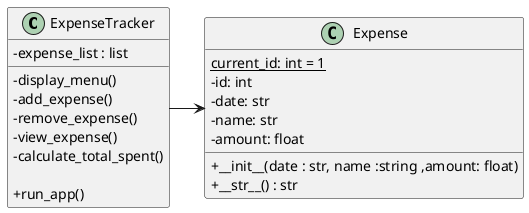
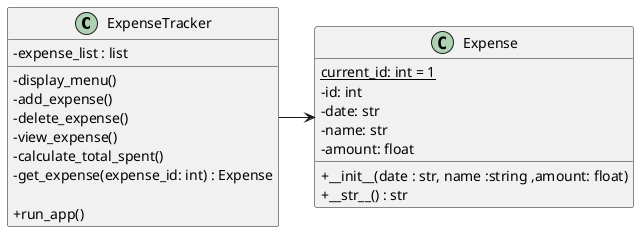
@startuml Class diagram
'https://plantuml.com/class-diagram

skinparam classAttributeIconSize 0
top to bottom direction
skinparam linetype ortho


class ExpenseTracker {

    - expense_list : list

    - display_menu()
    - add_expense()
-     - remove_expense()
+     - delete_expense()
    - view_expense()
    - calculate_total_spent()
+     - get_expense(expense_id: int) : Expense

    + run_app()

}

class Expense {

    {static} current_id: int = 1
    - id: int
    - date: str
    - name: str
    - amount: float

    + __init__(date : str, name :string ,amount: float)
    + __str__() : str


}

ExpenseTracker -> Expense

@enduml